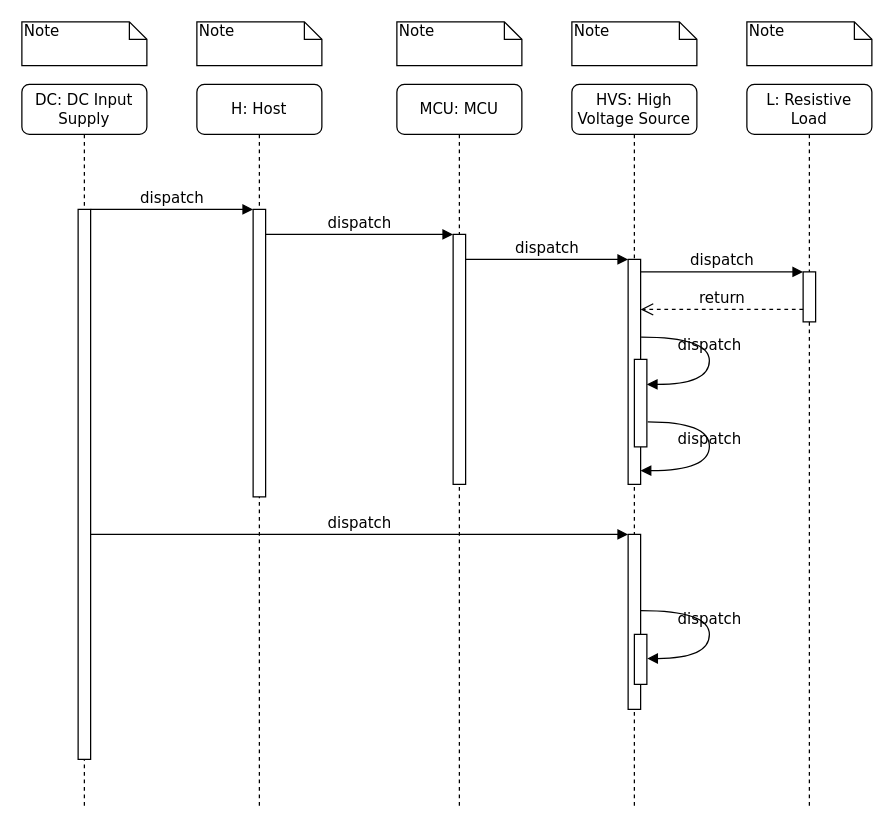
Earlier version of the draw.io diagram PSU_FW_Arch.drawio (Brieee11/data-engineering-zoomcamp). Source tidied: cells renumbered, new cells numbered last; positions are measured from the earlier drawing's top-left corner, leaving out a move shared by most shapes. Both pictures are drawn from the tidied source at 125%, with x=0, y=0 at pixel (21, 21).
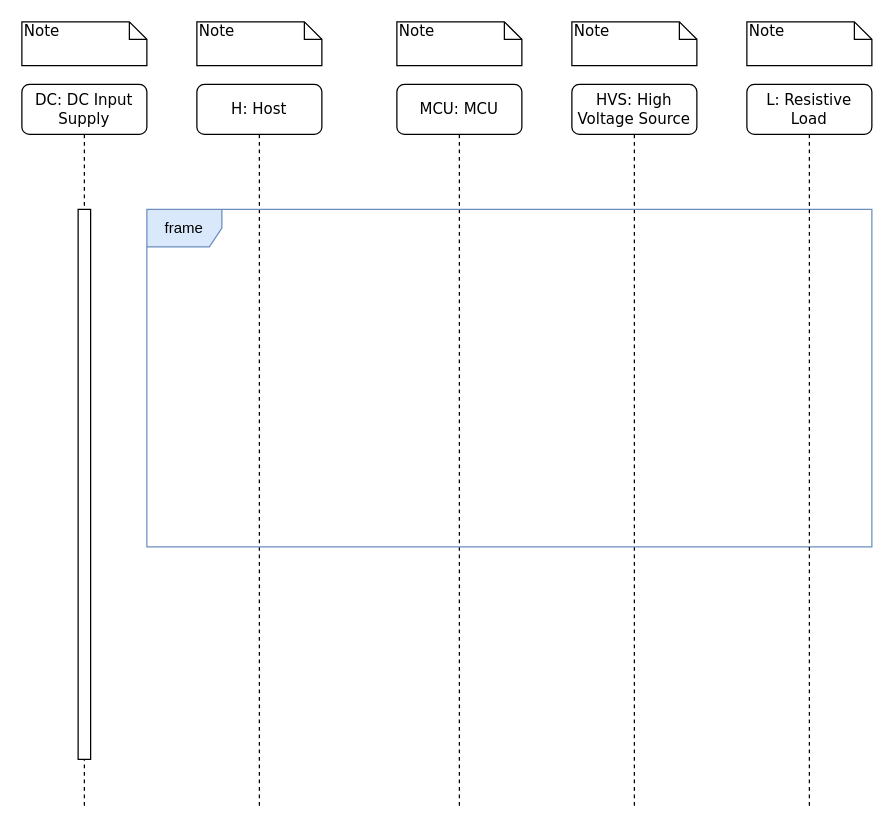
The same diagram, later.

Unchanged cells that the change refers to:
```xml
<mxCell id="2" value="H: Host" style="shape=umlLifeline;perimeter=lifelinePerimeter;whiteSpace=wrap;html=1;rounded=1;shadow=0;comic=0;labelBackgroundColor=none;strokeWidth=1;fontFamily=Verdana;fontSize=12;align=center;" parent="1" vertex="1">
  <mxGeometry x="140" y="50" width="100" height="580" as="geometry" />
</mxCell>
<mxCell id="4" value="MCU: MCU" style="shape=umlLifeline;perimeter=lifelinePerimeter;whiteSpace=wrap;html=1;rounded=1;shadow=0;comic=0;labelBackgroundColor=none;strokeWidth=1;fontFamily=Verdana;fontSize=12;align=center;" parent="1" vertex="1">
  <mxGeometry x="300" y="50" width="100" height="580" as="geometry" />
</mxCell>
<mxCell id="6" value="HVS: High Voltage Source" style="shape=umlLifeline;perimeter=lifelinePerimeter;whiteSpace=wrap;html=1;rounded=1;shadow=0;comic=0;labelBackgroundColor=none;strokeWidth=1;fontFamily=Verdana;fontSize=12;align=center;" parent="1" vertex="1">
  <mxGeometry x="440" y="50" width="100" height="580" as="geometry" />
</mxCell>
<mxCell id="9" style="html=1;points=[];perimeter=orthogonalPerimeter;rounded=0;shadow=0;comic=0;labelBackgroundColor=none;strokeWidth=1;fontFamily=Verdana;fontSize=12;align=center;" parent="8" vertex="1">
  <mxGeometry x="45" y="100" width="10" height="440" as="geometry" />
</mxCell>
```

The edit, as a diff of the source:
```diff
@@
-    <mxCell id="3" style="html=1;points=[];perimeter=orthogonalPerimeter;rounded=0;shadow=0;comic=0;labelBackgroundColor=none;strokeWidth=1;fontFamily=Verdana;fontSize=12;align=center;" parent="2" vertex="1">
-      <mxGeometry x="45" y="100" width="10" height="230" as="geometry" />
-    </mxCell>
@@
-    <mxCell id="5" style="html=1;points=[];perimeter=orthogonalPerimeter;rounded=0;shadow=0;comic=0;labelBackgroundColor=none;strokeWidth=1;fontFamily=Verdana;fontSize=12;align=center;" parent="4" vertex="1">
-      <mxGeometry x="45" y="120" width="10" height="200" as="geometry" />
-    </mxCell>
@@
+    <mxCell id="29" value="frame" style="shape=umlFrame;whiteSpace=wrap;html=1;fillColor=#dae8fc;strokeColor=#6c8ebf;" parent="6" vertex="1">
+      <mxGeometry x="-340" y="100" width="580" height="270" as="geometry" />
+    </mxCell>
@@
-    <mxCell id="10" style="html=1;points=[];perimeter=orthogonalPerimeter;rounded=0;shadow=0;comic=0;labelBackgroundColor=none;strokeWidth=1;fontFamily=Verdana;fontSize=12;align=center;" parent="1" vertex="1">
-      <mxGeometry x="485" y="190" width="10" height="180" as="geometry" />
-    </mxCell>
-    <mxCell id="11" value="dispatch" style="html=1;verticalAlign=bottom;endArrow=block;labelBackgroundColor=none;fontFamily=Verdana;fontSize=12;edgeStyle=elbowEdgeStyle;elbow=vertical;" parent="1" edge="1" source="5" target="10">
-      <mxGeometry relative="1" as="geometry">
-        <Array as="points">
-          <mxPoint x="360" y="190" />
-        </Array>
-      </mxGeometry>
-    </mxCell>
-    <mxCell id="12" style="html=1;points=[];perimeter=orthogonalPerimeter;rounded=0;shadow=0;comic=0;labelBackgroundColor=none;strokeWidth=1;fontFamily=Verdana;fontSize=12;align=center;" parent="1" vertex="1">
-      <mxGeometry x="625" y="200" width="10" height="40" as="geometry" />
-    </mxCell>
-    <mxCell id="13" value="dispatch" style="html=1;verticalAlign=bottom;endArrow=block;entryX=0;entryY=0;labelBackgroundColor=none;fontFamily=Verdana;fontSize=12;edgeStyle=elbowEdgeStyle;elbow=vertical;" parent="1" edge="1" source="10" target="12">
-      <mxGeometry relative="1" as="geometry" />
-    </mxCell>
-    <mxCell id="14" value="return" style="html=1;verticalAlign=bottom;endArrow=open;dashed=1;endSize=8;labelBackgroundColor=none;fontFamily=Verdana;fontSize=12;edgeStyle=elbowEdgeStyle;elbow=vertical;" parent="1" edge="1" source="12" target="10">
-      <mxGeometry relative="1" as="geometry">
-        <Array as="points">
-          <mxPoint x="570" y="230" />
-          <mxPoint x="600" y="230" />
-        </Array>
-      </mxGeometry>
-    </mxCell>
-    <mxCell id="15" style="html=1;points=[];perimeter=orthogonalPerimeter;rounded=0;shadow=0;comic=0;labelBackgroundColor=none;strokeWidth=1;fontFamily=Verdana;fontSize=12;align=center;" parent="1" vertex="1">
-      <mxGeometry x="485" y="410" width="10" height="140" as="geometry" />
-    </mxCell>
-    <mxCell id="16" value="dispatch" style="html=1;verticalAlign=bottom;endArrow=block;entryX=0;entryY=0;labelBackgroundColor=none;fontFamily=Verdana;fontSize=12;" parent="1" edge="1" source="9" target="15">
-      <mxGeometry relative="1" as="geometry" />
-    </mxCell>
-    <mxCell id="17" value="dispatch" style="html=1;verticalAlign=bottom;endArrow=block;entryX=0;entryY=0;labelBackgroundColor=none;fontFamily=Verdana;fontSize=12;edgeStyle=elbowEdgeStyle;elbow=vertical;" parent="1" edge="1" source="9" target="3">
-      <mxGeometry relative="1" as="geometry" />
-    </mxCell>
-    <mxCell id="18" value="dispatch" style="html=1;verticalAlign=bottom;endArrow=block;entryX=0;entryY=0;labelBackgroundColor=none;fontFamily=Verdana;fontSize=12;edgeStyle=elbowEdgeStyle;elbow=vertical;" parent="1" edge="1" source="3" target="5">
-      <mxGeometry relative="1" as="geometry" />
-    </mxCell>
-    <mxCell id="19" style="html=1;points=[];perimeter=orthogonalPerimeter;rounded=0;shadow=0;comic=0;labelBackgroundColor=none;strokeWidth=1;fontFamily=Verdana;fontSize=12;align=center;" parent="1" vertex="1">
-      <mxGeometry x="490" y="270" width="10" height="70" as="geometry" />
-    </mxCell>
-    <mxCell id="20" value="dispatch" style="html=1;verticalAlign=bottom;endArrow=block;labelBackgroundColor=none;fontFamily=Verdana;fontSize=12;elbow=vertical;edgeStyle=orthogonalEdgeStyle;curved=1;entryX=1;entryY=0.286;entryPerimeter=0;exitX=1.038;exitY=0.345;exitPerimeter=0;" parent="1" edge="1" source="10" target="19">
-      <mxGeometry relative="1" as="geometry">
-        <Array as="points">
-          <mxPoint x="550" y="252" />
-          <mxPoint x="550" y="290" />
-        </Array>
-      </mxGeometry>
-    </mxCell>
-    <mxCell id="21" value="dispatch" style="html=1;verticalAlign=bottom;endArrow=block;labelBackgroundColor=none;fontFamily=Verdana;fontSize=12;elbow=vertical;edgeStyle=orthogonalEdgeStyle;curved=1;exitX=1.066;exitY=0.713;exitPerimeter=0;" parent="1" edge="1" source="19">
-      <mxGeometry relative="1" as="geometry">
-        <mxPoint x="495" y="359" as="targetPoint" />
-        <Array as="points">
-          <mxPoint x="550" y="320" />
-          <mxPoint x="550" y="359" />
-        </Array>
-      </mxGeometry>
-    </mxCell>
-    <mxCell id="22" style="html=1;perimeter=orthogonalPerimeter;rounded=0;shadow=0;comic=0;labelBackgroundColor=none;strokeWidth=1;fontFamily=Verdana;fontSize=12;align=center;" parent="1" vertex="1">
-      <mxGeometry x="490" y="490" width="10" height="40" as="geometry" />
-    </mxCell>
-    <mxCell id="23" value="dispatch" style="html=1;verticalAlign=bottom;endArrow=block;labelBackgroundColor=none;fontFamily=Verdana;fontSize=12;elbow=vertical;edgeStyle=orthogonalEdgeStyle;curved=1;entryX=1;entryY=0.286;entryPerimeter=0;exitX=1.038;exitY=0.345;exitPerimeter=0;" parent="1" edge="1">
-      <mxGeometry relative="1" as="geometry">
-        <mxPoint x="495.3" y="471" as="sourcePoint" />
-        <mxPoint x="500.3" y="509.3" as="targetPoint" />
-        <Array as="points">
-          <mxPoint x="550" y="471" />
-          <mxPoint x="550" y="509" />
-        </Array>
-      </mxGeometry>
-    </mxCell>
```
